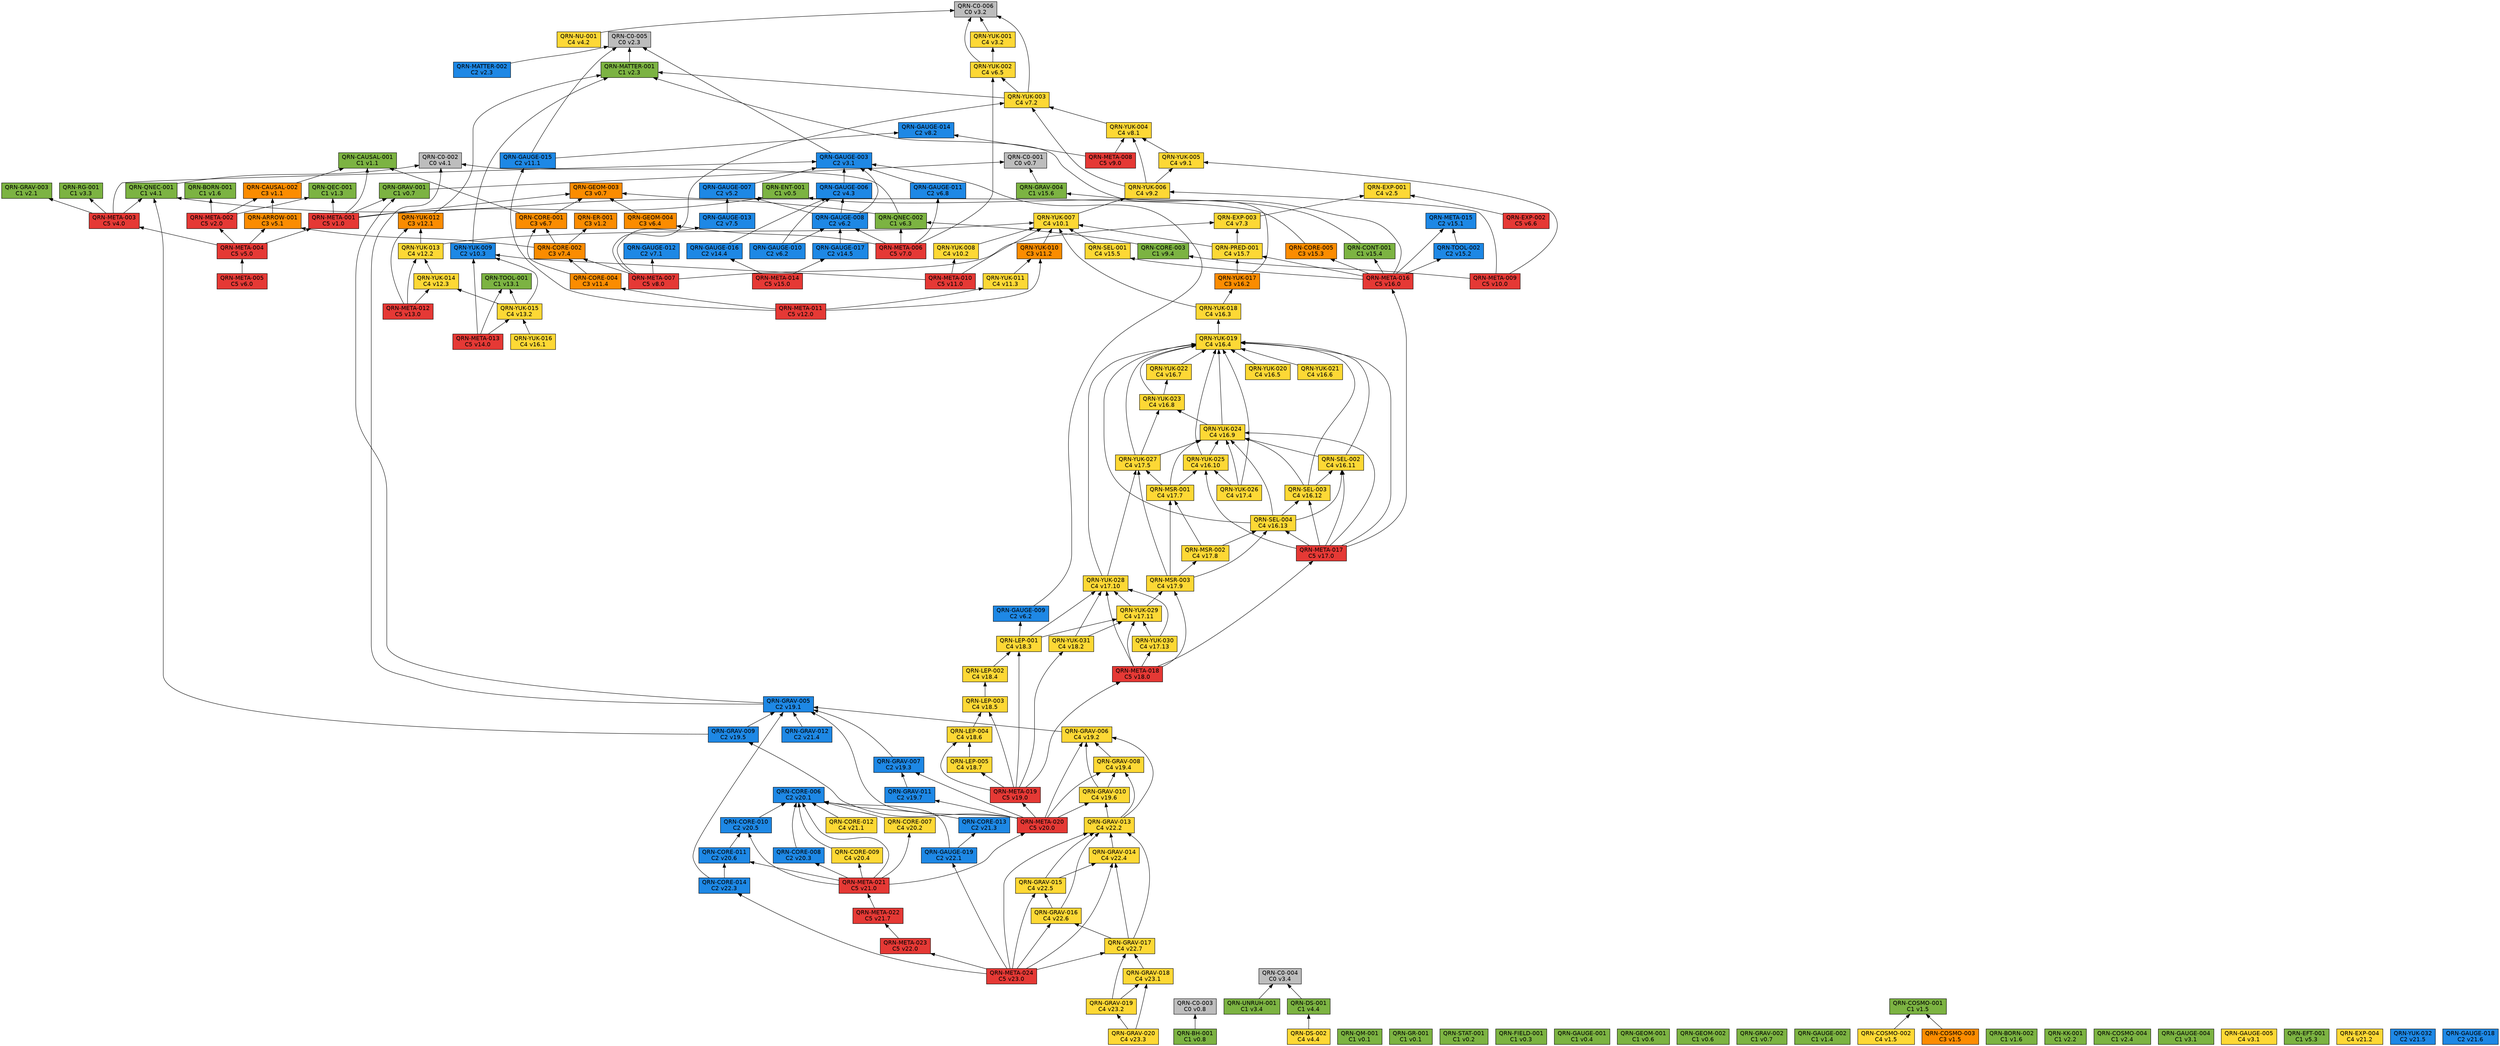
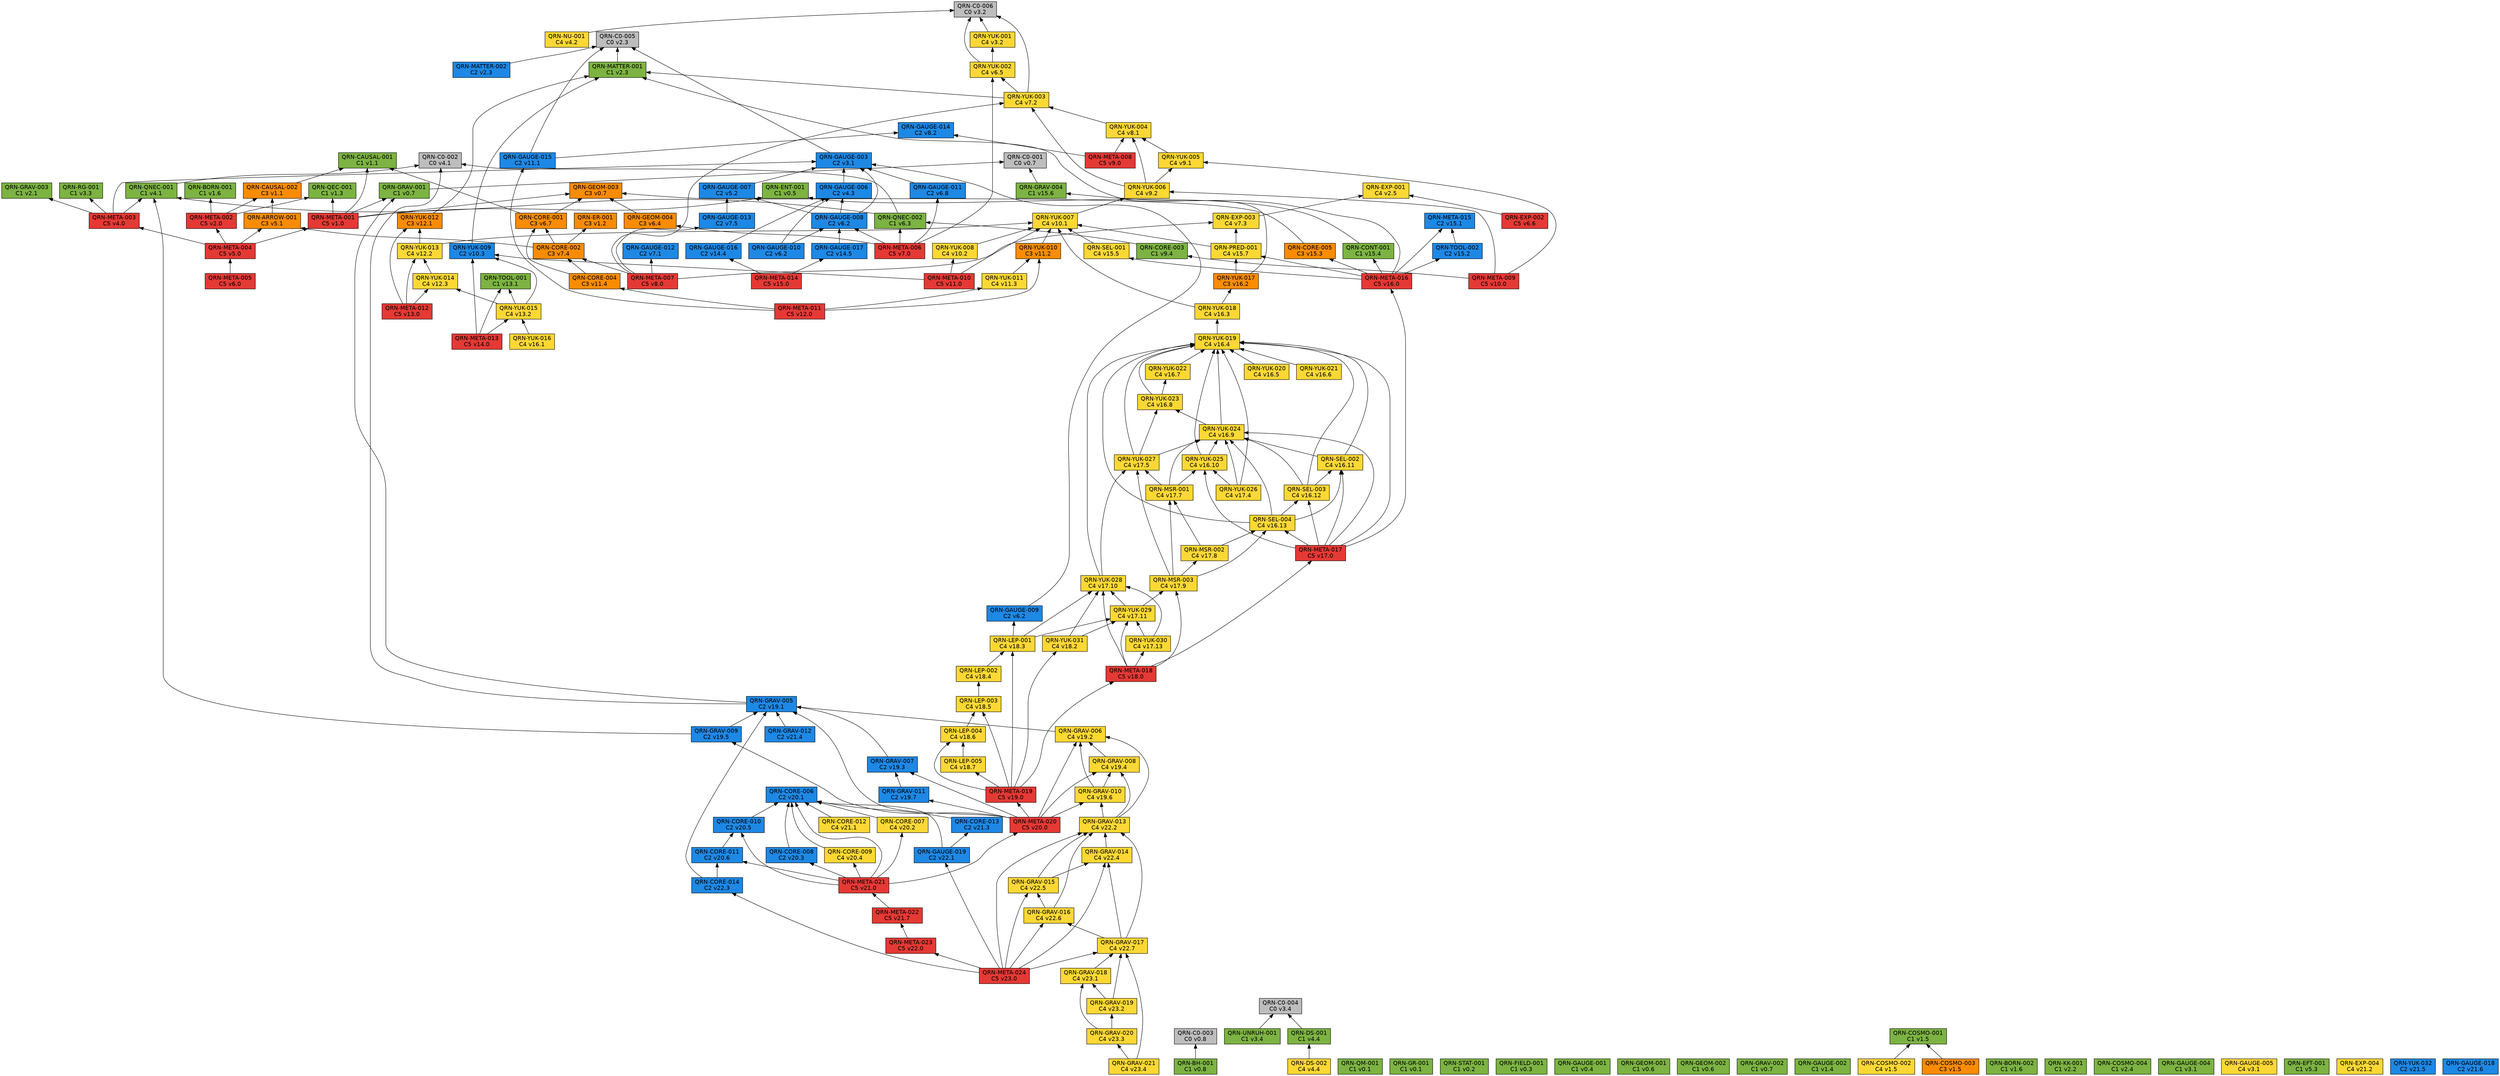
// 自動生成 (dag/report.pl) — QRN 主張依存グラフ
digraph qrn {
  rankdir=BT;
  node [shape=box, style=filled, fontname="Helvetica"];
  "QRN-C0-001" [fillcolor="#bdbdbd", label="QRN-C0-001\nC0 v0.7"];
  "QRN-C0-002" [fillcolor="#bdbdbd", label="QRN-C0-002\nC0 v4.1"];
  "QRN-C0-003" [fillcolor="#bdbdbd", label="QRN-C0-003\nC0 v0.8"];
  "QRN-C0-004" [fillcolor="#bdbdbd", label="QRN-C0-004\nC0 v3.4"];
  "QRN-C0-005" [fillcolor="#bdbdbd", label="QRN-C0-005\nC0 v2.3"];
  "QRN-C0-006" [fillcolor="#bdbdbd", label="QRN-C0-006\nC0 v3.2"];
  "QRN-QM-001" [fillcolor="#7cb342", label="QRN-QM-001\nC1 v0.1"];
  "QRN-GR-001" [fillcolor="#7cb342", label="QRN-GR-001\nC1 v0.1"];
  "QRN-STAT-001" [fillcolor="#7cb342", label="QRN-STAT-001\nC1 v0.2"];
  "QRN-FIELD-001" [fillcolor="#7cb342", label="QRN-FIELD-001\nC1 v0.3"];
  "QRN-GAUGE-001" [fillcolor="#7cb342", label="QRN-GAUGE-001\nC1 v0.4"];
  "QRN-ENT-001" [fillcolor="#7cb342", label="QRN-ENT-001\nC1 v0.5"];
  "QRN-GEOM-001" [fillcolor="#7cb342", label="QRN-GEOM-001\nC1 v0.6"];
  "QRN-GEOM-002" [fillcolor="#7cb342", label="QRN-GEOM-002\nC1 v0.6"];
  "QRN-GEOM-003" [fillcolor="#fb8c00", label="QRN-GEOM-003\nC3 v0.7"];
  "QRN-GRAV-001" [fillcolor="#7cb342", label="QRN-GRAV-001\nC1 v0.7"];
  "QRN-GRAV-002" [fillcolor="#7cb342", label="QRN-GRAV-002\nC1 v0.7"];
  "QRN-BH-001" [fillcolor="#7cb342", label="QRN-BH-001\nC1 v0.8"];
  "QRN-CAUSAL-001" [fillcolor="#7cb342", label="QRN-CAUSAL-001\nC1 v1.1"];
  "QRN-CAUSAL-002" [fillcolor="#fb8c00", label="QRN-CAUSAL-002\nC3 v1.1"];
  "QRN-ER-001" [fillcolor="#fb8c00", label="QRN-ER-001\nC3 v1.2"];
  "QRN-QEC-001" [fillcolor="#7cb342", label="QRN-QEC-001\nC1 v1.3"];
  "QRN-GAUGE-002" [fillcolor="#7cb342", label="QRN-GAUGE-002\nC1 v1.4"];
  "QRN-COSMO-001" [fillcolor="#7cb342", label="QRN-COSMO-001\nC1 v1.5"];
  "QRN-COSMO-002" [fillcolor="#fdd835", label="QRN-COSMO-002\nC4 v1.5"];
  "QRN-COSMO-003" [fillcolor="#fb8c00", label="QRN-COSMO-003\nC3 v1.5"];
  "QRN-BORN-001" [fillcolor="#7cb342", label="QRN-BORN-001\nC1 v1.6"];
  "QRN-BORN-002" [fillcolor="#7cb342", label="QRN-BORN-002\nC1 v1.6"];
  "QRN-GRAV-003" [fillcolor="#7cb342", label="QRN-GRAV-003\nC1 v2.1"];
  "QRN-KK-001" [fillcolor="#7cb342", label="QRN-KK-001\nC1 v2.2"];
  "QRN-MATTER-001" [fillcolor="#7cb342", label="QRN-MATTER-001\nC1 v2.3"];
  "QRN-MATTER-002" [fillcolor="#1e88e5", label="QRN-MATTER-002\nC2 v2.3"];
  "QRN-COSMO-004" [fillcolor="#7cb342", label="QRN-COSMO-004\nC1 v2.4"];
  "QRN-EXP-001" [fillcolor="#fdd835", label="QRN-EXP-001\nC4 v2.5"];
  "QRN-GAUGE-003" [fillcolor="#1e88e5", label="QRN-GAUGE-003\nC2 v3.1"];
  "QRN-GAUGE-004" [fillcolor="#7cb342", label="QRN-GAUGE-004\nC1 v3.1"];
  "QRN-GAUGE-005" [fillcolor="#fdd835", label="QRN-GAUGE-005\nC4 v3.1"];
  "QRN-YUK-001" [fillcolor="#fdd835", label="QRN-YUK-001\nC4 v3.2"];
  "QRN-RG-001" [fillcolor="#7cb342", label="QRN-RG-001\nC1 v3.3"];
  "QRN-UNRUH-001" [fillcolor="#7cb342", label="QRN-UNRUH-001\nC1 v3.4"];
  "QRN-QNEC-001" [fillcolor="#7cb342", label="QRN-QNEC-001\nC1 v4.1"];
  "QRN-NU-001" [fillcolor="#fdd835", label="QRN-NU-001\nC4 v4.2"];
  "QRN-GAUGE-006" [fillcolor="#1e88e5", label="QRN-GAUGE-006\nC2 v4.3"];
  "QRN-DS-001" [fillcolor="#7cb342", label="QRN-DS-001\nC1 v4.4"];
  "QRN-DS-002" [fillcolor="#fdd835", label="QRN-DS-002\nC4 v4.4"];
  "QRN-ARROW-001" [fillcolor="#fb8c00", label="QRN-ARROW-001\nC3 v5.1"];
  "QRN-GAUGE-007" [fillcolor="#1e88e5", label="QRN-GAUGE-007\nC2 v5.2"];
  "QRN-EFT-001" [fillcolor="#7cb342", label="QRN-EFT-001\nC1 v5.3"];
  "QRN-GAUGE-008" [fillcolor="#1e88e5", label="QRN-GAUGE-008\nC2 v6.2"];
  "QRN-GAUGE-009" [fillcolor="#1e88e5", label="QRN-GAUGE-009\nC2 v6.2"];
  "QRN-GAUGE-010" [fillcolor="#1e88e5", label="QRN-GAUGE-010\nC2 v6.2"];
  "QRN-QNEC-002" [fillcolor="#7cb342", label="QRN-QNEC-002\nC1 v6.3"];
  "QRN-GEOM-004" [fillcolor="#fb8c00", label="QRN-GEOM-004\nC3 v6.4"];
  "QRN-YUK-002" [fillcolor="#fdd835", label="QRN-YUK-002\nC4 v6.5"];
  "QRN-EXP-002" [fillcolor="#e53935", label="QRN-EXP-002\nC5 v6.6"];
  "QRN-CORE-001" [fillcolor="#fb8c00", label="QRN-CORE-001\nC3 v6.7"];
  "QRN-GAUGE-011" [fillcolor="#1e88e5", label="QRN-GAUGE-011\nC2 v6.8"];
  "QRN-GAUGE-012" [fillcolor="#1e88e5", label="QRN-GAUGE-012\nC2 v7.1"];
  "QRN-YUK-003" [fillcolor="#fdd835", label="QRN-YUK-003\nC4 v7.2"];
  "QRN-EXP-003" [fillcolor="#fdd835", label="QRN-EXP-003\nC4 v7.3"];
  "QRN-CORE-002" [fillcolor="#fb8c00", label="QRN-CORE-002\nC3 v7.4"];
  "QRN-GAUGE-013" [fillcolor="#1e88e5", label="QRN-GAUGE-013\nC2 v7.5"];
  "QRN-YUK-004" [fillcolor="#fdd835", label="QRN-YUK-004\nC4 v8.1"];
  "QRN-GAUGE-014" [fillcolor="#1e88e5", label="QRN-GAUGE-014\nC2 v8.2"];
  "QRN-META-001" [fillcolor="#e53935", label="QRN-META-001\nC5 v1.0"];
  "QRN-META-002" [fillcolor="#e53935", label="QRN-META-002\nC5 v2.0"];
  "QRN-META-003" [fillcolor="#e53935", label="QRN-META-003\nC5 v4.0"];
  "QRN-META-004" [fillcolor="#e53935", label="QRN-META-004\nC5 v5.0"];
  "QRN-META-005" [fillcolor="#e53935", label="QRN-META-005\nC5 v6.0"];
  "QRN-META-006" [fillcolor="#e53935", label="QRN-META-006\nC5 v7.0"];
  "QRN-META-007" [fillcolor="#e53935", label="QRN-META-007\nC5 v8.0"];
  "QRN-META-008" [fillcolor="#e53935", label="QRN-META-008\nC5 v9.0"];
  "QRN-YUK-005" [fillcolor="#fdd835", label="QRN-YUK-005\nC4 v9.1"];
  "QRN-YUK-006" [fillcolor="#fdd835", label="QRN-YUK-006\nC4 v9.2"];
  "QRN-CORE-003" [fillcolor="#7cb342", label="QRN-CORE-003\nC1 v9.4"];
  "QRN-META-009" [fillcolor="#e53935", label="QRN-META-009\nC5 v10.0"];
  "QRN-YUK-007" [fillcolor="#fdd835", label="QRN-YUK-007\nC4 v10.1"];
  "QRN-YUK-008" [fillcolor="#fdd835", label="QRN-YUK-008\nC4 v10.2"];
  "QRN-YUK-009" [fillcolor="#1e88e5", label="QRN-YUK-009\nC2 v10.3"];
  "QRN-META-010" [fillcolor="#e53935", label="QRN-META-010\nC5 v11.0"];
  "QRN-GAUGE-015" [fillcolor="#1e88e5", label="QRN-GAUGE-015\nC2 v11.1"];
  "QRN-YUK-010" [fillcolor="#fb8c00", label="QRN-YUK-010\nC3 v11.2"];
  "QRN-YUK-011" [fillcolor="#fdd835", label="QRN-YUK-011\nC4 v11.3"];
  "QRN-CORE-004" [fillcolor="#fb8c00", label="QRN-CORE-004\nC3 v11.4"];
  "QRN-META-011" [fillcolor="#e53935", label="QRN-META-011\nC5 v12.0"];
  "QRN-YUK-012" [fillcolor="#fb8c00", label="QRN-YUK-012\nC3 v12.1"];
  "QRN-YUK-013" [fillcolor="#fdd835", label="QRN-YUK-013\nC4 v12.2"];
  "QRN-YUK-014" [fillcolor="#fdd835", label="QRN-YUK-014\nC4 v12.3"];
  "QRN-META-012" [fillcolor="#e53935", label="QRN-META-012\nC5 v13.0"];
  "QRN-TOOL-001" [fillcolor="#7cb342", label="QRN-TOOL-001\nC1 v13.1"];
  "QRN-YUK-015" [fillcolor="#fdd835", label="QRN-YUK-015\nC4 v13.2"];
  "QRN-META-013" [fillcolor="#e53935", label="QRN-META-013\nC5 v14.0"];
  "QRN-GAUGE-016" [fillcolor="#1e88e5", label="QRN-GAUGE-016\nC2 v14.4"];
  "QRN-GAUGE-017" [fillcolor="#1e88e5", label="QRN-GAUGE-017\nC2 v14.5"];
  "QRN-META-014" [fillcolor="#e53935", label="QRN-META-014\nC5 v15.0"];
  "QRN-META-015" [fillcolor="#1e88e5", label="QRN-META-015\nC2 v15.1"];
  "QRN-TOOL-002" [fillcolor="#1e88e5", label="QRN-TOOL-002\nC2 v15.2"];
  "QRN-CORE-005" [fillcolor="#fb8c00", label="QRN-CORE-005\nC3 v15.3"];
  "QRN-CONT-001" [fillcolor="#7cb342", label="QRN-CONT-001\nC1 v15.4"];
  "QRN-SEL-001" [fillcolor="#fdd835", label="QRN-SEL-001\nC4 v15.5"];
  "QRN-GRAV-004" [fillcolor="#7cb342", label="QRN-GRAV-004\nC1 v15.6"];
  "QRN-PRED-001" [fillcolor="#fdd835", label="QRN-PRED-001\nC4 v15.7"];
  "QRN-META-016" [fillcolor="#e53935", label="QRN-META-016\nC5 v16.0"];
  "QRN-YUK-016" [fillcolor="#fdd835", label="QRN-YUK-016\nC4 v16.1"];
  "QRN-YUK-017" [fillcolor="#fb8c00", label="QRN-YUK-017\nC3 v16.2"];
  "QRN-YUK-018" [fillcolor="#fdd835", label="QRN-YUK-018\nC4 v16.3"];
  "QRN-YUK-019" [fillcolor="#fdd835", label="QRN-YUK-019\nC4 v16.4"];
  "QRN-YUK-020" [fillcolor="#fdd835", label="QRN-YUK-020\nC4 v16.5"];
  "QRN-YUK-021" [fillcolor="#fdd835", label="QRN-YUK-021\nC4 v16.6"];
  "QRN-YUK-022" [fillcolor="#fdd835", label="QRN-YUK-022\nC4 v16.7"];
  "QRN-YUK-023" [fillcolor="#fdd835", label="QRN-YUK-023\nC4 v16.8"];
  "QRN-YUK-024" [fillcolor="#fdd835", label="QRN-YUK-024\nC4 v16.9"];
  "QRN-YUK-025" [fillcolor="#fdd835", label="QRN-YUK-025\nC4 v16.10"];
  "QRN-SEL-002" [fillcolor="#fdd835", label="QRN-SEL-002\nC4 v16.11"];
  "QRN-SEL-003" [fillcolor="#fdd835", label="QRN-SEL-003\nC4 v16.12"];
  "QRN-SEL-004" [fillcolor="#fdd835", label="QRN-SEL-004\nC4 v16.13"];
  "QRN-META-017" [fillcolor="#e53935", label="QRN-META-017\nC5 v17.0"];
  "QRN-YUK-026" [fillcolor="#fdd835", label="QRN-YUK-026\nC4 v17.4"];
  "QRN-YUK-027" [fillcolor="#fdd835", label="QRN-YUK-027\nC4 v17.5"];
  "QRN-MSR-001" [fillcolor="#fdd835", label="QRN-MSR-001\nC4 v17.7"];
  "QRN-MSR-002" [fillcolor="#fdd835", label="QRN-MSR-002\nC4 v17.8"];
  "QRN-MSR-003" [fillcolor="#fdd835", label="QRN-MSR-003\nC4 v17.9"];
  "QRN-YUK-028" [fillcolor="#fdd835", label="QRN-YUK-028\nC4 v17.10"];
  "QRN-YUK-029" [fillcolor="#fdd835", label="QRN-YUK-029\nC4 v17.11"];
  "QRN-YUK-030" [fillcolor="#fdd835", label="QRN-YUK-030\nC4 v17.13"];
  "QRN-META-018" [fillcolor="#e53935", label="QRN-META-018\nC5 v18.0"];
  "QRN-YUK-031" [fillcolor="#fdd835", label="QRN-YUK-031\nC4 v18.2"];
  "QRN-LEP-001" [fillcolor="#fdd835", label="QRN-LEP-001\nC4 v18.3"];
  "QRN-LEP-002" [fillcolor="#fdd835", label="QRN-LEP-002\nC4 v18.4"];
  "QRN-LEP-003" [fillcolor="#fdd835", label="QRN-LEP-003\nC4 v18.5"];
  "QRN-LEP-004" [fillcolor="#fdd835", label="QRN-LEP-004\nC4 v18.6"];
  "QRN-LEP-005" [fillcolor="#fdd835", label="QRN-LEP-005\nC4 v18.7"];
  "QRN-META-019" [fillcolor="#e53935", label="QRN-META-019\nC5 v19.0"];
  "QRN-GRAV-005" [fillcolor="#1e88e5", label="QRN-GRAV-005\nC2 v19.1"];
  "QRN-GRAV-006" [fillcolor="#fdd835", label="QRN-GRAV-006\nC4 v19.2"];
  "QRN-GRAV-007" [fillcolor="#1e88e5", label="QRN-GRAV-007\nC2 v19.3"];
  "QRN-GRAV-008" [fillcolor="#fdd835", label="QRN-GRAV-008\nC4 v19.4"];
  "QRN-GRAV-009" [fillcolor="#1e88e5", label="QRN-GRAV-009\nC2 v19.5"];
  "QRN-GRAV-010" [fillcolor="#fdd835", label="QRN-GRAV-010\nC4 v19.6"];
  "QRN-GRAV-011" [fillcolor="#1e88e5", label="QRN-GRAV-011\nC2 v19.7"];
  "QRN-META-020" [fillcolor="#e53935", label="QRN-META-020\nC5 v20.0"];
  "QRN-CORE-006" [fillcolor="#1e88e5", label="QRN-CORE-006\nC2 v20.1"];
  "QRN-CORE-007" [fillcolor="#fdd835", label="QRN-CORE-007\nC4 v20.2"];
  "QRN-CORE-008" [fillcolor="#1e88e5", label="QRN-CORE-008\nC2 v20.3"];
  "QRN-CORE-009" [fillcolor="#fdd835", label="QRN-CORE-009\nC4 v20.4"];
  "QRN-CORE-010" [fillcolor="#1e88e5", label="QRN-CORE-010\nC2 v20.5"];
  "QRN-CORE-011" [fillcolor="#1e88e5", label="QRN-CORE-011\nC2 v20.6"];
  "QRN-META-021" [fillcolor="#e53935", label="QRN-META-021\nC5 v21.0"];
  "QRN-CORE-012" [fillcolor="#fdd835", label="QRN-CORE-012\nC4 v21.1"];
  "QRN-EXP-004" [fillcolor="#fdd835", label="QRN-EXP-004\nC4 v21.2"];
  "QRN-CORE-013" [fillcolor="#1e88e5", label="QRN-CORE-013\nC2 v21.3"];
  "QRN-GRAV-012" [fillcolor="#1e88e5", label="QRN-GRAV-012\nC2 v21.4"];
  "QRN-YUK-032" [fillcolor="#1e88e5", label="QRN-YUK-032\nC2 v21.5"];
  "QRN-GAUGE-018" [fillcolor="#1e88e5", label="QRN-GAUGE-018\nC2 v21.6"];
  "QRN-META-022" [fillcolor="#e53935", label="QRN-META-022\nC5 v21.7"];
  "QRN-META-023" [fillcolor="#e53935", label="QRN-META-023\nC5 v22.0"];
  "QRN-CORE-014" [fillcolor="#1e88e5", label="QRN-CORE-014\nC2 v22.3"];
  "QRN-GRAV-013" [fillcolor="#fdd835", label="QRN-GRAV-013\nC4 v22.2"];
  "QRN-GRAV-014" [fillcolor="#fdd835", label="QRN-GRAV-014\nC4 v22.4"];
  "QRN-GRAV-015" [fillcolor="#fdd835", label="QRN-GRAV-015\nC4 v22.5"];
  "QRN-GRAV-016" [fillcolor="#fdd835", label="QRN-GRAV-016\nC4 v22.6"];
  "QRN-GRAV-017" [fillcolor="#fdd835", label="QRN-GRAV-017\nC4 v22.7"];
  "QRN-GAUGE-019" [fillcolor="#1e88e5", label="QRN-GAUGE-019\nC2 v22.1"];
  "QRN-META-024" [fillcolor="#e53935", label="QRN-META-024\nC5 v23.0"];
  "QRN-GRAV-018" [fillcolor="#fdd835", label="QRN-GRAV-018\nC4 v23.1"];
  "QRN-GRAV-019" [fillcolor="#fdd835", label="QRN-GRAV-019\nC4 v23.2"];
  "QRN-GRAV-020" [fillcolor="#fdd835", label="QRN-GRAV-020\nC4 v23.3"];
+   "QRN-GRAV-021" [fillcolor="#fdd835", label="QRN-GRAV-021\nC4 v23.4"];
  "QRN-GRAV-001" -> "QRN-C0-001";
  "QRN-BH-001" -> "QRN-C0-003";
  "QRN-CAUSAL-002" -> "QRN-CAUSAL-001";
  "QRN-COSMO-002" -> "QRN-COSMO-001";
  "QRN-COSMO-003" -> "QRN-COSMO-001";
  "QRN-MATTER-001" -> "QRN-C0-005";
  "QRN-MATTER-002" -> "QRN-C0-005";
  "QRN-GAUGE-003" -> "QRN-C0-005";
  "QRN-YUK-001" -> "QRN-C0-006";
  "QRN-UNRUH-001" -> "QRN-C0-004";
  "QRN-QNEC-001" -> "QRN-C0-002";
  "QRN-NU-001" -> "QRN-C0-006";
  "QRN-GAUGE-006" -> "QRN-GAUGE-003";
  "QRN-DS-001" -> "QRN-C0-004";
  "QRN-DS-002" -> "QRN-DS-001";
  "QRN-ARROW-001" -> "QRN-CAUSAL-002";
  "QRN-GAUGE-007" -> "QRN-GAUGE-003";
  "QRN-GAUGE-008" -> "QRN-GAUGE-003";
  "QRN-GAUGE-008" -> "QRN-GAUGE-006";
  "QRN-GAUGE-008" -> "QRN-GAUGE-007";
  "QRN-GAUGE-009" -> "QRN-GAUGE-003";
  "QRN-GAUGE-010" -> "QRN-GAUGE-006";
  "QRN-GAUGE-010" -> "QRN-GAUGE-008";
  "QRN-QNEC-002" -> "QRN-C0-002";
  "QRN-QNEC-002" -> "QRN-QNEC-001";
  "QRN-GEOM-004" -> "QRN-GEOM-003";
  "QRN-YUK-002" -> "QRN-C0-006";
  "QRN-YUK-002" -> "QRN-YUK-001";
  "QRN-EXP-002" -> "QRN-EXP-001";
  "QRN-CORE-001" -> "QRN-GEOM-003";
  "QRN-CORE-001" -> "QRN-CAUSAL-001";
  "QRN-GAUGE-011" -> "QRN-GAUGE-003";
  "QRN-YUK-003" -> "QRN-C0-006";
  "QRN-YUK-003" -> "QRN-MATTER-001";
  "QRN-YUK-003" -> "QRN-YUK-002";
  "QRN-EXP-003" -> "QRN-EXP-001";
  "QRN-CORE-002" -> "QRN-CORE-001";
  "QRN-CORE-002" -> "QRN-ER-001";
  "QRN-CORE-002" -> "QRN-ARROW-001";
  "QRN-GAUGE-013" -> "QRN-GAUGE-007";
  "QRN-YUK-004" -> "QRN-YUK-003";
  "QRN-META-001" -> "QRN-GEOM-003";
  "QRN-META-001" -> "QRN-GRAV-001";
  "QRN-META-001" -> "QRN-CAUSAL-001";
  "QRN-META-001" -> "QRN-QEC-001";
  "QRN-META-001" -> "QRN-ENT-001";
  "QRN-META-002" -> "QRN-QEC-001";
  "QRN-META-002" -> "QRN-BORN-001";
  "QRN-META-002" -> "QRN-CAUSAL-002";
  "QRN-META-003" -> "QRN-GAUGE-003";
  "QRN-META-003" -> "QRN-RG-001";
  "QRN-META-003" -> "QRN-QNEC-001";
  "QRN-META-003" -> "QRN-GRAV-003";
  "QRN-META-004" -> "QRN-META-001";
  "QRN-META-004" -> "QRN-META-002";
  "QRN-META-004" -> "QRN-META-003";
  "QRN-META-004" -> "QRN-ARROW-001";
  "QRN-META-005" -> "QRN-META-004";
  "QRN-META-006" -> "QRN-GAUGE-008";
  "QRN-META-006" -> "QRN-QNEC-002";
  "QRN-META-006" -> "QRN-GEOM-004";
  "QRN-META-006" -> "QRN-YUK-002";
  "QRN-META-006" -> "QRN-GAUGE-011";
  "QRN-META-007" -> "QRN-GAUGE-012";
  "QRN-META-007" -> "QRN-YUK-003";
  "QRN-META-007" -> "QRN-EXP-003";
  "QRN-META-007" -> "QRN-CORE-002";
  "QRN-META-007" -> "QRN-GAUGE-013";
  "QRN-META-008" -> "QRN-YUK-004";
  "QRN-META-008" -> "QRN-GAUGE-014";
  "QRN-YUK-005" -> "QRN-YUK-004";
  "QRN-YUK-006" -> "QRN-YUK-003";
  "QRN-YUK-006" -> "QRN-YUK-004";
  "QRN-YUK-006" -> "QRN-YUK-005";
  "QRN-CORE-003" -> "QRN-QNEC-002";
  "QRN-META-009" -> "QRN-YUK-005";
  "QRN-META-009" -> "QRN-YUK-006";
  "QRN-META-009" -> "QRN-CORE-003";
  "QRN-YUK-007" -> "QRN-YUK-006";
  "QRN-YUK-008" -> "QRN-YUK-007";
  "QRN-YUK-009" -> "QRN-MATTER-001";
  "QRN-META-010" -> "QRN-YUK-007";
  "QRN-META-010" -> "QRN-YUK-008";
  "QRN-META-010" -> "QRN-YUK-009";
  "QRN-GAUGE-015" -> "QRN-C0-005";
  "QRN-GAUGE-015" -> "QRN-GAUGE-014";
  "QRN-YUK-010" -> "QRN-YUK-007";
  "QRN-YUK-011" -> "QRN-YUK-010";
  "QRN-CORE-004" -> "QRN-CORE-001";
  "QRN-CORE-004" -> "QRN-CORE-002";
  "QRN-META-011" -> "QRN-GAUGE-015";
  "QRN-META-011" -> "QRN-YUK-010";
  "QRN-META-011" -> "QRN-YUK-011";
  "QRN-META-011" -> "QRN-CORE-004";
  "QRN-YUK-012" -> "QRN-MATTER-001";
  "QRN-YUK-013" -> "QRN-YUK-012";
  "QRN-YUK-013" -> "QRN-YUK-007";
  "QRN-YUK-014" -> "QRN-YUK-013";
  "QRN-META-012" -> "QRN-YUK-012";
  "QRN-META-012" -> "QRN-YUK-013";
  "QRN-META-012" -> "QRN-YUK-014";
  "QRN-YUK-015" -> "QRN-YUK-014";
  "QRN-YUK-015" -> "QRN-TOOL-001";
  "QRN-YUK-015" -> "QRN-YUK-009";
  "QRN-META-013" -> "QRN-YUK-015";
  "QRN-META-013" -> "QRN-TOOL-001";
  "QRN-META-013" -> "QRN-YUK-009";
  "QRN-GAUGE-016" -> "QRN-GAUGE-006";
  "QRN-GAUGE-017" -> "QRN-GAUGE-008";
  "QRN-META-014" -> "QRN-GAUGE-016";
  "QRN-META-014" -> "QRN-GAUGE-017";
  "QRN-TOOL-002" -> "QRN-META-015";
  "QRN-CORE-005" -> "QRN-GEOM-003";
  "QRN-CONT-001" -> "QRN-ENT-001";
  "QRN-SEL-001" -> "QRN-YUK-007";
  "QRN-GRAV-004" -> "QRN-C0-001";
  "QRN-PRED-001" -> "QRN-YUK-007";
  "QRN-PRED-001" -> "QRN-EXP-003";
  "QRN-META-016" -> "QRN-META-015";
  "QRN-META-016" -> "QRN-TOOL-002";
  "QRN-META-016" -> "QRN-CORE-005";
  "QRN-META-016" -> "QRN-CONT-001";
  "QRN-META-016" -> "QRN-SEL-001";
  "QRN-META-016" -> "QRN-GRAV-004";
  "QRN-META-016" -> "QRN-PRED-001";
  "QRN-YUK-016" -> "QRN-YUK-015";
  "QRN-YUK-017" -> "QRN-MATTER-001";
  "QRN-YUK-017" -> "QRN-PRED-001";
  "QRN-YUK-018" -> "QRN-YUK-017";
  "QRN-YUK-018" -> "QRN-YUK-007";
  "QRN-YUK-019" -> "QRN-YUK-018";
  "QRN-YUK-020" -> "QRN-YUK-019";
  "QRN-YUK-021" -> "QRN-YUK-019";
  "QRN-YUK-022" -> "QRN-YUK-019";
  "QRN-YUK-023" -> "QRN-YUK-019";
  "QRN-YUK-023" -> "QRN-YUK-022";
  "QRN-YUK-024" -> "QRN-YUK-019";
  "QRN-YUK-024" -> "QRN-YUK-023";
  "QRN-YUK-025" -> "QRN-YUK-019";
  "QRN-YUK-025" -> "QRN-YUK-024";
  "QRN-SEL-002" -> "QRN-YUK-019";
  "QRN-SEL-002" -> "QRN-YUK-024";
  "QRN-SEL-003" -> "QRN-YUK-019";
  "QRN-SEL-003" -> "QRN-YUK-024";
  "QRN-SEL-003" -> "QRN-SEL-002";
  "QRN-SEL-004" -> "QRN-YUK-019";
  "QRN-SEL-004" -> "QRN-YUK-024";
  "QRN-SEL-004" -> "QRN-SEL-002";
  "QRN-SEL-004" -> "QRN-SEL-003";
  "QRN-META-017" -> "QRN-META-016";
  "QRN-META-017" -> "QRN-YUK-019";
  "QRN-META-017" -> "QRN-YUK-024";
  "QRN-META-017" -> "QRN-YUK-025";
  "QRN-META-017" -> "QRN-SEL-002";
  "QRN-META-017" -> "QRN-SEL-003";
  "QRN-META-017" -> "QRN-SEL-004";
  "QRN-YUK-026" -> "QRN-YUK-019";
  "QRN-YUK-026" -> "QRN-YUK-024";
  "QRN-YUK-026" -> "QRN-YUK-025";
  "QRN-YUK-027" -> "QRN-YUK-019";
  "QRN-YUK-027" -> "QRN-YUK-023";
  "QRN-YUK-027" -> "QRN-YUK-024";
  "QRN-MSR-001" -> "QRN-YUK-024";
  "QRN-MSR-001" -> "QRN-YUK-025";
  "QRN-MSR-001" -> "QRN-YUK-027";
  "QRN-MSR-002" -> "QRN-SEL-004";
  "QRN-MSR-002" -> "QRN-MSR-001";
  "QRN-MSR-003" -> "QRN-MSR-001";
  "QRN-MSR-003" -> "QRN-MSR-002";
  "QRN-MSR-003" -> "QRN-SEL-004";
  "QRN-MSR-003" -> "QRN-YUK-027";
  "QRN-YUK-028" -> "QRN-YUK-019";
  "QRN-YUK-028" -> "QRN-YUK-027";
  "QRN-YUK-029" -> "QRN-YUK-028";
  "QRN-YUK-029" -> "QRN-MSR-003";
  "QRN-YUK-030" -> "QRN-YUK-028";
  "QRN-YUK-030" -> "QRN-YUK-029";
  "QRN-META-018" -> "QRN-META-017";
  "QRN-META-018" -> "QRN-MSR-003";
  "QRN-META-018" -> "QRN-YUK-028";
  "QRN-META-018" -> "QRN-YUK-029";
  "QRN-META-018" -> "QRN-YUK-030";
  "QRN-YUK-031" -> "QRN-YUK-028";
  "QRN-YUK-031" -> "QRN-YUK-029";
  "QRN-LEP-001" -> "QRN-YUK-028";
  "QRN-LEP-001" -> "QRN-YUK-029";
  "QRN-LEP-001" -> "QRN-GAUGE-009";
  "QRN-LEP-002" -> "QRN-LEP-001";
  "QRN-LEP-003" -> "QRN-LEP-002";
  "QRN-LEP-004" -> "QRN-LEP-003";
  "QRN-LEP-005" -> "QRN-LEP-004";
  "QRN-META-019" -> "QRN-META-018";
  "QRN-META-019" -> "QRN-YUK-031";
  "QRN-META-019" -> "QRN-LEP-001";
  "QRN-META-019" -> "QRN-LEP-003";
  "QRN-META-019" -> "QRN-LEP-004";
  "QRN-META-019" -> "QRN-LEP-005";
  "QRN-GRAV-005" -> "QRN-C0-002";
  "QRN-GRAV-005" -> "QRN-GRAV-001";
  "QRN-GRAV-006" -> "QRN-GRAV-005";
  "QRN-GRAV-007" -> "QRN-GRAV-005";
  "QRN-GRAV-008" -> "QRN-GRAV-006";
  "QRN-GRAV-009" -> "QRN-GRAV-005";
  "QRN-GRAV-009" -> "QRN-QNEC-001";
  "QRN-GRAV-010" -> "QRN-GRAV-006";
  "QRN-GRAV-010" -> "QRN-GRAV-008";
  "QRN-GRAV-011" -> "QRN-GRAV-007";
  "QRN-META-020" -> "QRN-META-019";
  "QRN-META-020" -> "QRN-GRAV-005";
  "QRN-META-020" -> "QRN-GRAV-006";
  "QRN-META-020" -> "QRN-GRAV-007";
  "QRN-META-020" -> "QRN-GRAV-008";
  "QRN-META-020" -> "QRN-GRAV-009";
  "QRN-META-020" -> "QRN-GRAV-010";
  "QRN-META-020" -> "QRN-GRAV-011";
  "QRN-CORE-007" -> "QRN-CORE-006";
  "QRN-CORE-008" -> "QRN-CORE-006";
  "QRN-CORE-009" -> "QRN-CORE-006";
  "QRN-CORE-010" -> "QRN-CORE-006";
  "QRN-CORE-011" -> "QRN-CORE-010";
  "QRN-META-021" -> "QRN-META-020";
  "QRN-META-021" -> "QRN-CORE-006";
  "QRN-META-021" -> "QRN-CORE-007";
  "QRN-META-021" -> "QRN-CORE-008";
  "QRN-META-021" -> "QRN-CORE-009";
  "QRN-META-021" -> "QRN-CORE-010";
  "QRN-META-021" -> "QRN-CORE-011";
  "QRN-CORE-012" -> "QRN-CORE-006";
  "QRN-CORE-013" -> "QRN-CORE-006";
  "QRN-GRAV-012" -> "QRN-GRAV-005";
  "QRN-META-022" -> "QRN-META-021";
  "QRN-META-023" -> "QRN-META-022";
  "QRN-CORE-014" -> "QRN-CORE-011";
  "QRN-CORE-014" -> "QRN-GRAV-005";
  "QRN-GRAV-013" -> "QRN-GRAV-006";
  "QRN-GRAV-013" -> "QRN-GRAV-008";
  "QRN-GRAV-013" -> "QRN-GRAV-010";
  "QRN-GRAV-014" -> "QRN-GRAV-013";
  "QRN-GRAV-015" -> "QRN-GRAV-013";
  "QRN-GRAV-015" -> "QRN-GRAV-014";
  "QRN-GRAV-016" -> "QRN-GRAV-013";
  "QRN-GRAV-016" -> "QRN-GRAV-015";
  "QRN-GRAV-017" -> "QRN-GRAV-013";
  "QRN-GRAV-017" -> "QRN-GRAV-014";
  "QRN-GRAV-017" -> "QRN-GRAV-016";
  "QRN-GAUGE-019" -> "QRN-CORE-006";
  "QRN-GAUGE-019" -> "QRN-CORE-013";
  "QRN-META-024" -> "QRN-CORE-014";
  "QRN-META-024" -> "QRN-GRAV-013";
  "QRN-META-024" -> "QRN-GRAV-014";
  "QRN-META-024" -> "QRN-GRAV-015";
  "QRN-META-024" -> "QRN-GRAV-016";
  "QRN-META-024" -> "QRN-GRAV-017";
  "QRN-META-024" -> "QRN-GAUGE-019";
  "QRN-META-024" -> "QRN-META-023";
  "QRN-GRAV-018" -> "QRN-GRAV-017";
  "QRN-GRAV-019" -> "QRN-GRAV-017";
  "QRN-GRAV-019" -> "QRN-GRAV-018";
  "QRN-GRAV-020" -> "QRN-GRAV-018";
  "QRN-GRAV-020" -> "QRN-GRAV-019";
+   "QRN-GRAV-021" -> "QRN-GRAV-017";
+   "QRN-GRAV-021" -> "QRN-GRAV-020";
}
